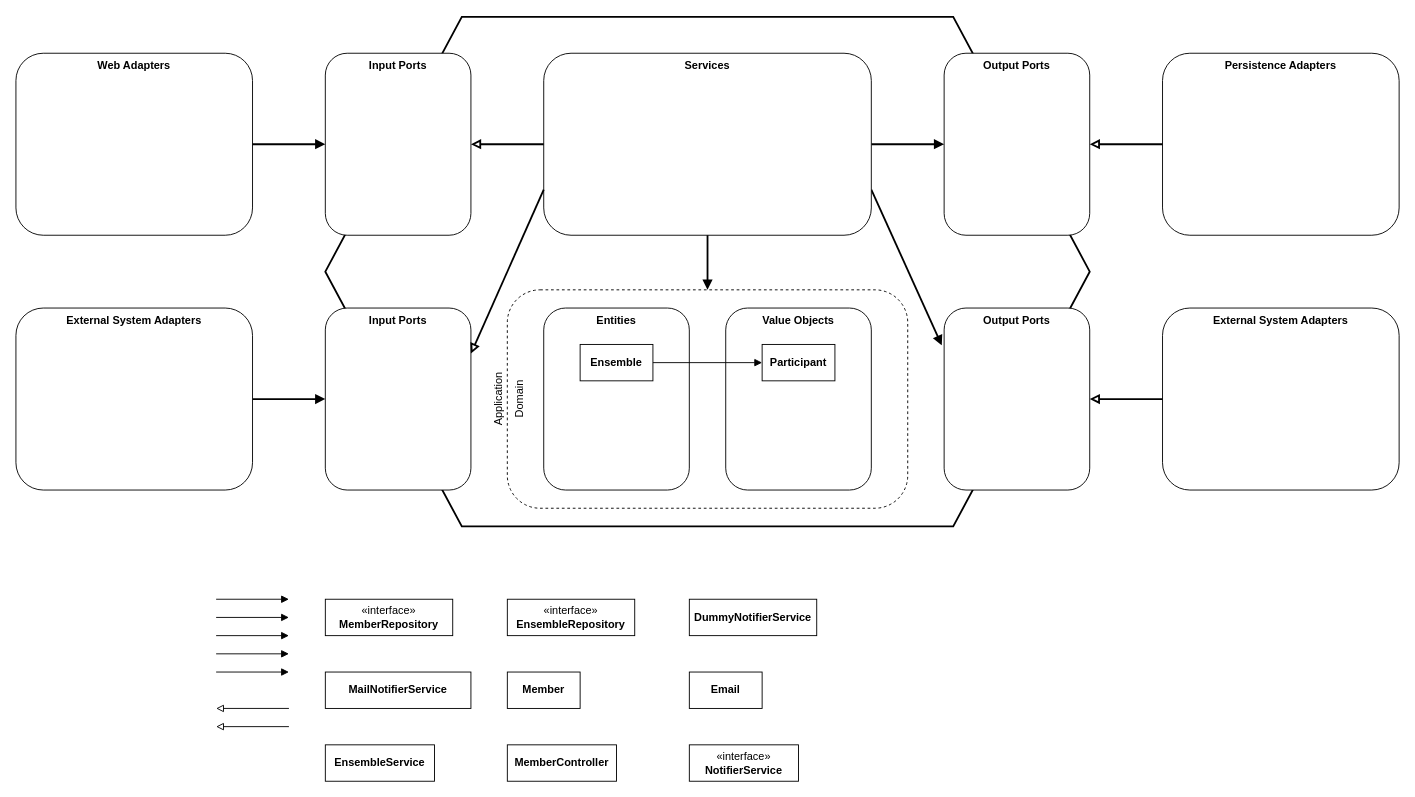
Above: oefeningen/les-3/voorbereiding/onderdeel-3/jouw_uitwerking.drawio in AIM-ENE/doex-opdracht-4 (draw.io), before the change. Source tidied: cells renumbered, new cells numbered last; positions are measured from the earlier drawing's top-left corner, leaving out a move shared by most shapes. Both pictures are drawn from the tidied source at 91%, with x=0, y=0 at pixel (15, 16).
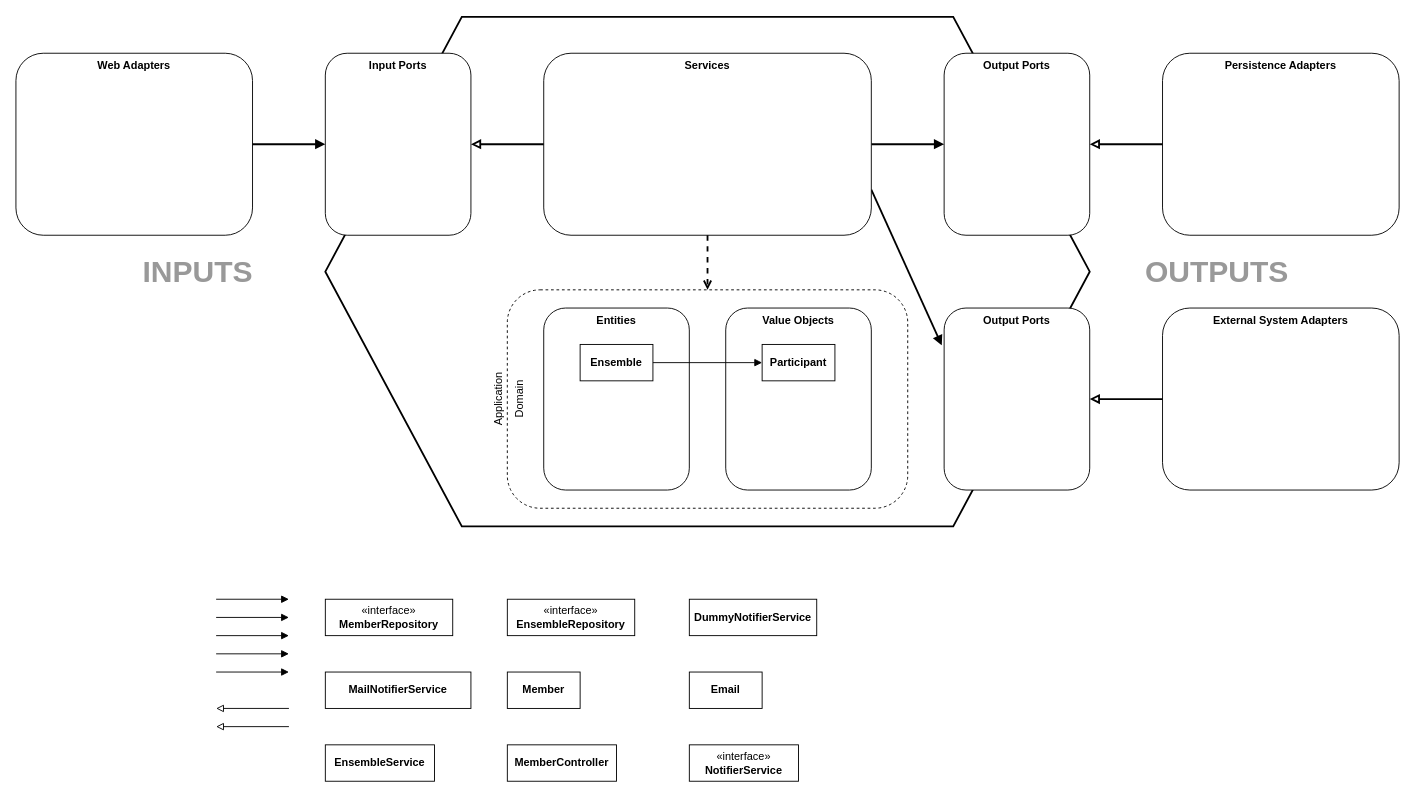
The same diagram, later.

Commit message (it also covers changes not shown here):
Versimpel hexagon

The change refers to these unchanged cells:
```xml
<mxCell id="2" style="group;" parent="1" vertex="1">
  <mxGeometry width="1520" height="560" as="geometry" />
</mxCell>
<mxCell id="11" style="rounded=1;whiteSpace=wrap;html=1;fillColor=none;dashed=1;" parent="2" vertex="1">
  <mxGeometry x="540" y="300" width="440" height="240" as="geometry" />
</mxCell>
<mxCell id="20" value="&lt;b&gt;Services&lt;/b&gt;" style="rounded=1;whiteSpace=wrap;html=1;verticalAlign=top;" parent="2" vertex="1">
  <mxGeometry x="580" y="40" width="360" height="200" as="geometry" />
</mxCell>
```

What changed in the source:
```diff
@@
-    <mxCell id="3" style="endArrow=block;html=1;rounded=0;strokeWidth=2;endFill=1;entryX=0;entryY=0.5;entryDx=0;entryDy=0;exitX=1;exitY=0.5;exitDx=0;exitDy=0;" parent="2" edge="1" source="26" target="25">
-      <mxGeometry relative="1" as="geometry" />
-    </mxCell>
@@
-    <mxCell id="21" style="endArrow=block;html=1;rounded=0;strokeWidth=2;endFill=1;exitX=0.5;exitY=1;exitDx=0;exitDy=0;entryX=0.5;entryY=0;entryDx=0;entryDy=0;" parent="2" edge="1" source="20" target="11">
+    <mxCell id="21" style="endArrow=open;html=1;rounded=0;strokeWidth=2;endFill=0;exitX=0.5;exitY=1;exitDx=0;exitDy=0;entryX=0.5;entryY=0;entryDx=0;entryDy=0;dashed=1;" parent="2" edge="1" source="20" target="11">
       <mxGeometry relative="1" as="geometry" />
     </mxCell>
@@
-    <mxCell id="25" value="&lt;b&gt;Input Ports&lt;/b&gt;" style="html=1;whiteSpace=wrap;rounded=1;horizontal=1;verticalAlign=top;" parent="2" vertex="1">
-      <mxGeometry x="340" y="320" width="160" height="200" as="geometry" />
-    </mxCell>
-    <mxCell id="26" value="&lt;b&gt;External System Adapters&lt;/b&gt;" style="html=1;whiteSpace=wrap;rounded=1;horizontal=1;verticalAlign=top;" parent="2" vertex="1">
-      <mxGeometry y="320" width="260" height="200" as="geometry" />
-    </mxCell>
-    <mxCell id="27" style="endArrow=block;html=1;rounded=0;strokeWidth=2;endFill=0;exitX=0;exitY=0.75;exitDx=0;exitDy=0;entryX=1;entryY=0.25;entryDx=0;entryDy=0;" parent="2" edge="1" source="20" target="25">
-      <mxGeometry relative="1" as="geometry" />
-    </mxCell>
+    <mxCell id="48" value="&lt;font style=&quot;font-size: 33px; font-style: normal;&quot;&gt;INPUTS&lt;/font&gt;" style="text;html=1;align=center;verticalAlign=middle;whiteSpace=wrap;rounded=0;fontStyle=3;fontColor=#999999;labelBackgroundColor=none;textShadow=0;" parent="2" vertex="1">
+      <mxGeometry x="100" y="240" width="200" height="80" as="geometry" />
+    </mxCell>
+    <mxCell id="49" value="&lt;font style=&quot;font-size: 33px; font-style: normal;&quot;&gt;OUTPUTS&lt;/font&gt;" style="text;html=1;align=center;verticalAlign=middle;whiteSpace=wrap;rounded=0;fontStyle=3;fontColor=#999999;labelBackgroundColor=none;textShadow=0;" parent="2" vertex="1">
+      <mxGeometry x="1220" y="240" width="200" height="80" as="geometry" />
+    </mxCell>
```
